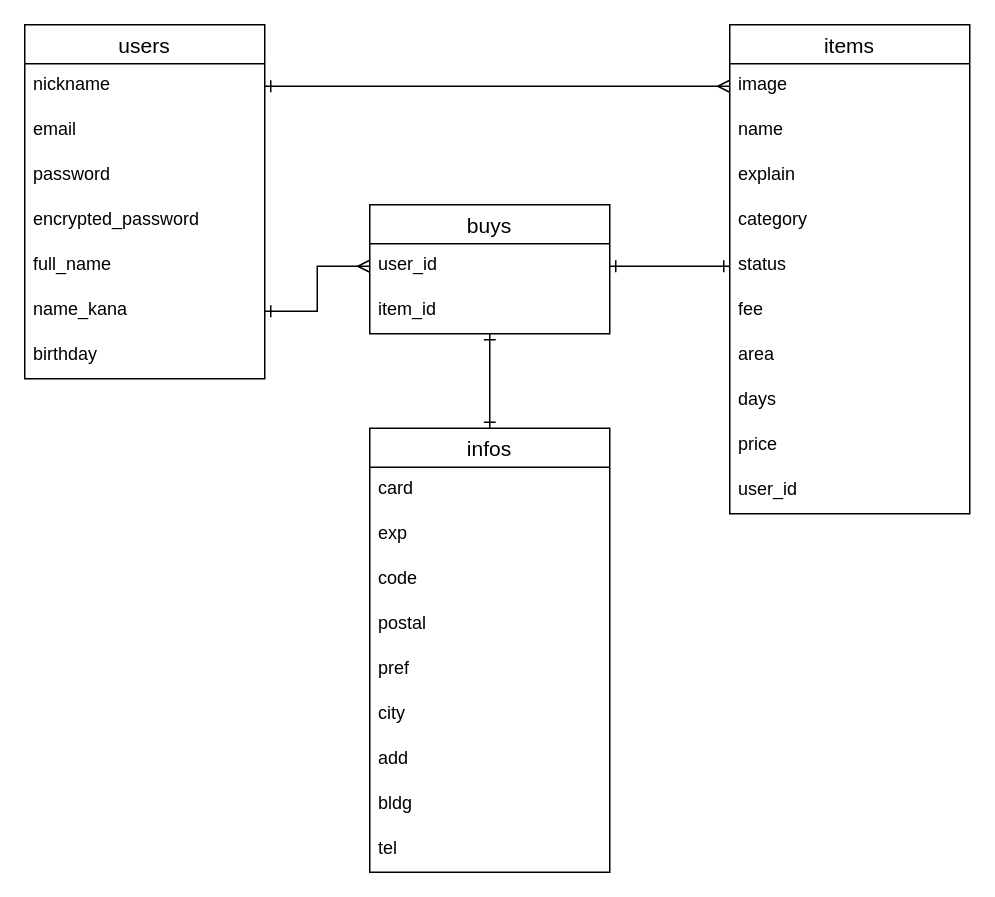
This is table.dio from o281700/furima-32118, a draw.io file, before an edit. Source tidied: cells renumbered, new cells numbered last; positions are measured from the earlier drawing's top-left corner, leaving out a move shared by most shapes. Both pictures are drawn from the tidied source at 150%, with x=0, y=0 at pixel (24, 24).
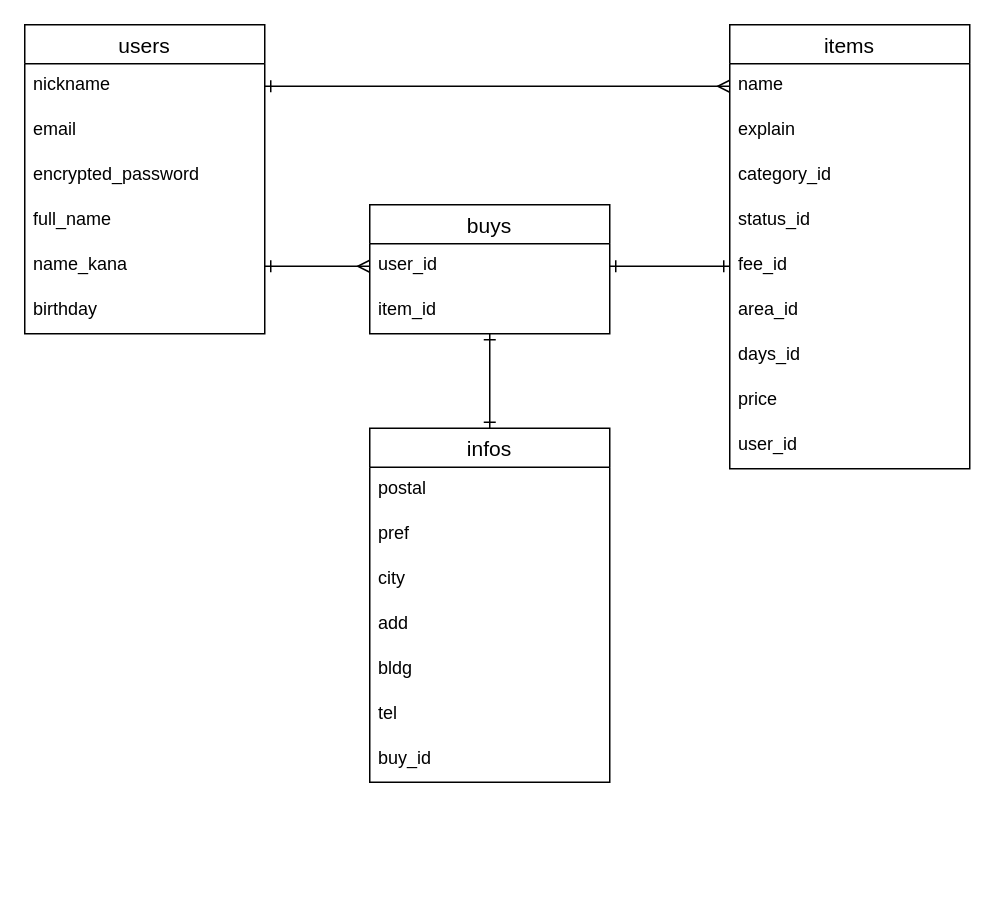
After the change.

Unchanged cells that the change refers to:
```xml
<mxCell id="3" value="nickname" style="text;strokeColor=none;fillColor=none;spacingLeft=4;spacingRight=4;overflow=hidden;points=[[0,0.5],[1,0.5]];portConstraint=eastwest;fontSize=12;" parent="2" vertex="1">
  <mxGeometry y="26" width="160" height="30" as="geometry" />
</mxCell>
<mxCell id="36" value="user_id" style="text;strokeColor=none;fillColor=none;spacingLeft=4;spacingRight=4;overflow=hidden;points=[[0,0.5],[1,0.5]];portConstraint=eastwest;fontSize=12;" parent="35" vertex="1">
  <mxGeometry y="26" width="160" height="30" as="geometry" />
</mxCell>
```

Diff of the diagram source:
```diff
@@
     <mxCell id="2" value="users" style="swimlane;fontStyle=0;horizontal=1;startSize=26;align=center;fontSize=14;" parent="1" vertex="1">
-      <mxGeometry width="160" height="236" as="geometry" />
+      <mxGeometry width="160" height="206" as="geometry" />
     </mxCell>
@@
-    <mxCell id="5" value="password" style="text;strokeColor=none;fillColor=none;spacingLeft=4;spacingRight=4;overflow=hidden;fontSize=12;" parent="2" vertex="1">
-      <mxGeometry y="86" width="160" height="30" as="geometry" />
-    </mxCell>
     <mxCell id="6" value="encrypted_password" style="text;strokeColor=none;fillColor=none;spacingLeft=4;spacingRight=4;overflow=hidden;fontSize=12;" parent="2" vertex="1">
-      <mxGeometry y="116" width="160" height="30" as="geometry" />
+      <mxGeometry y="86" width="160" height="30" as="geometry" />
     </mxCell>
     <mxCell id="7" value="full_name" style="text;strokeColor=none;fillColor=none;spacingLeft=4;spacingRight=4;overflow=hidden;fontSize=12;" parent="2" vertex="1">
-      <mxGeometry y="146" width="160" height="30" as="geometry" />
+      <mxGeometry y="116" width="160" height="30" as="geometry" />
     </mxCell>
     <mxCell id="8" value="name_kana" style="text;strokeColor=none;fillColor=none;spacingLeft=4;spacingRight=4;overflow=hidden;points=[[0,0.5],[1,0.5]];portConstraint=eastwest;fontSize=12;" parent="2" vertex="1">
-      <mxGeometry y="176" width="160" height="30" as="geometry" />
+      <mxGeometry y="146" width="160" height="30" as="geometry" />
     </mxCell>
     <mxCell id="9" value="birthday" style="text;strokeColor=none;fillColor=none;spacingLeft=4;spacingRight=4;overflow=hidden;fontSize=12;" parent="2" vertex="1">
-      <mxGeometry y="206" width="160" height="30" as="geometry" />
+      <mxGeometry y="176" width="160" height="30" as="geometry" />
     </mxCell>
     <mxCell id="10" value="items" style="swimlane;fontStyle=0;horizontal=1;startSize=26;align=center;fontSize=14;" parent="1" vertex="1">
-      <mxGeometry x="470" width="160" height="326" as="geometry" />
+      <mxGeometry x="470" width="160" height="296" as="geometry" />
     </mxCell>
-    <mxCell id="11" value="image" style="text;strokeColor=none;fillColor=none;spacingLeft=4;spacingRight=4;overflow=hidden;points=[[0,0.5],[1,0.5]];portConstraint=eastwest;fontSize=12;" parent="10" vertex="1">
-      <mxGeometry y="26" width="160" height="30" as="geometry" />
-    </mxCell>
     <mxCell id="12" value="name" style="text;strokeColor=none;fillColor=none;spacingLeft=4;spacingRight=4;overflow=hidden;fontSize=12;" parent="10" vertex="1">
-      <mxGeometry y="56" width="160" height="30" as="geometry" />
+      <mxGeometry y="26" width="160" height="30" as="geometry" />
     </mxCell>
     <mxCell id="13" value="explain" style="text;strokeColor=none;fillColor=none;spacingLeft=4;spacingRight=4;overflow=hidden;fontSize=12;" parent="10" vertex="1">
-      <mxGeometry y="86" width="160" height="30" as="geometry" />
+      <mxGeometry y="56" width="160" height="30" as="geometry" />
     </mxCell>
-    <mxCell id="14" value="category" style="text;strokeColor=none;fillColor=none;spacingLeft=4;spacingRight=4;overflow=hidden;fontSize=12;" parent="10" vertex="1">
-      <mxGeometry y="116" width="160" height="30" as="geometry" />
+    <mxCell id="14" value="category_id" style="text;strokeColor=none;fillColor=none;spacingLeft=4;spacingRight=4;overflow=hidden;fontSize=12;" parent="10" vertex="1">
+      <mxGeometry y="86" width="160" height="30" as="geometry" />
     </mxCell>
-    <mxCell id="15" value="status" style="text;strokeColor=none;fillColor=none;spacingLeft=4;spacingRight=4;overflow=hidden;points=[[0,0.5],[1,0.5]];portConstraint=eastwest;fontSize=12;" parent="10" vertex="1">
-      <mxGeometry y="146" width="160" height="30" as="geometry" />
+    <mxCell id="15" value="status_id" style="text;strokeColor=none;fillColor=none;spacingLeft=4;spacingRight=4;overflow=hidden;points=[[0,0.5],[1,0.5]];portConstraint=eastwest;fontSize=12;" parent="10" vertex="1">
+      <mxGeometry y="116" width="160" height="30" as="geometry" />
     </mxCell>
-    <mxCell id="16" value="fee" style="text;strokeColor=none;fillColor=none;spacingLeft=4;spacingRight=4;overflow=hidden;points=[[0,0.5],[1,0.5]];portConstraint=eastwest;fontSize=12;" parent="10" vertex="1">
-      <mxGeometry y="176" width="160" height="30" as="geometry" />
+    <mxCell id="16" value="fee_id" style="text;strokeColor=none;fillColor=none;spacingLeft=4;spacingRight=4;overflow=hidden;points=[[0,0.5],[1,0.5]];portConstraint=eastwest;fontSize=12;" parent="10" vertex="1">
+      <mxGeometry y="146" width="160" height="30" as="geometry" />
     </mxCell>
-    <mxCell id="17" value="area" style="text;strokeColor=none;fillColor=none;spacingLeft=4;spacingRight=4;overflow=hidden;fontSize=12;" parent="10" vertex="1">
-      <mxGeometry y="206" width="160" height="30" as="geometry" />
+    <mxCell id="17" value="area_id" style="text;strokeColor=none;fillColor=none;spacingLeft=4;spacingRight=4;overflow=hidden;fontSize=12;" parent="10" vertex="1">
+      <mxGeometry y="176" width="160" height="30" as="geometry" />
     </mxCell>
-    <mxCell id="18" value="days" style="text;strokeColor=none;fillColor=none;spacingLeft=4;spacingRight=4;overflow=hidden;fontSize=12;" parent="10" vertex="1">
-      <mxGeometry y="236" width="160" height="30" as="geometry" />
+    <mxCell id="18" value="days_id" style="text;strokeColor=none;fillColor=none;spacingLeft=4;spacingRight=4;overflow=hidden;fontSize=12;" parent="10" vertex="1">
+      <mxGeometry y="206" width="160" height="30" as="geometry" />
     </mxCell>
     <mxCell id="19" value="price" style="text;strokeColor=none;fillColor=none;spacingLeft=4;spacingRight=4;overflow=hidden;fontSize=12;" parent="10" vertex="1">
-      <mxGeometry y="266" width="160" height="30" as="geometry" />
+      <mxGeometry y="236" width="160" height="30" as="geometry" />
     </mxCell>
     <mxCell id="20" value="user_id" style="text;strokeColor=none;fillColor=none;spacingLeft=4;spacingRight=4;overflow=hidden;fontSize=12;" parent="10" vertex="1">
-      <mxGeometry y="296" width="160" height="30" as="geometry" />
+      <mxGeometry y="266" width="160" height="30" as="geometry" />
     </mxCell>
@@
     <mxCell id="22" value="infos" style="swimlane;fontStyle=0;horizontal=1;startSize=26;align=center;fontSize=14;" parent="1" vertex="1">
-      <mxGeometry x="230" y="269" width="160" height="296" as="geometry" />
+      <mxGeometry x="230" y="269" width="160" height="236" as="geometry" />
     </mxCell>
-    <mxCell id="23" value="card" style="text;strokeColor=none;fillColor=none;spacingLeft=4;spacingRight=4;overflow=hidden;fontSize=12;" parent="22" vertex="1">
-      <mxGeometry y="26" width="160" height="30" as="geometry" />
-    </mxCell>
-    <mxCell id="24" value="exp" style="text;strokeColor=none;fillColor=none;spacingLeft=4;spacingRight=4;overflow=hidden;fontSize=12;" parent="22" vertex="1">
-      <mxGeometry y="56" width="160" height="30" as="geometry" />
-    </mxCell>
-    <mxCell id="25" value="code" style="text;strokeColor=none;fillColor=none;spacingLeft=4;spacingRight=4;overflow=hidden;fontSize=12;" parent="22" vertex="1">
-      <mxGeometry y="86" width="160" height="30" as="geometry" />
-    </mxCell>
     <mxCell id="26" value="postal" style="text;strokeColor=none;fillColor=none;spacingLeft=4;spacingRight=4;overflow=hidden;fontSize=12;" parent="22" vertex="1">
-      <mxGeometry y="116" width="160" height="30" as="geometry" />
+      <mxGeometry y="26" width="160" height="30" as="geometry" />
     </mxCell>
     <mxCell id="27" value="pref" style="text;strokeColor=none;fillColor=none;spacingLeft=4;spacingRight=4;overflow=hidden;fontSize=12;" parent="22" vertex="1">
-      <mxGeometry y="146" width="160" height="30" as="geometry" />
+      <mxGeometry y="56" width="160" height="30" as="geometry" />
     </mxCell>
     <mxCell id="28" value="city" style="text;strokeColor=none;fillColor=none;spacingLeft=4;spacingRight=4;overflow=hidden;fontSize=12;" parent="22" vertex="1">
-      <mxGeometry y="176" width="160" height="30" as="geometry" />
+      <mxGeometry y="86" width="160" height="30" as="geometry" />
     </mxCell>
     <mxCell id="29" value="add" style="text;strokeColor=none;fillColor=none;spacingLeft=4;spacingRight=4;overflow=hidden;fontSize=12;" parent="22" vertex="1">
-      <mxGeometry y="206" width="160" height="30" as="geometry" />
+      <mxGeometry y="116" width="160" height="30" as="geometry" />
     </mxCell>
     <mxCell id="30" value="bldg" style="text;strokeColor=none;fillColor=none;spacingLeft=4;spacingRight=4;overflow=hidden;fontSize=12;" parent="22" vertex="1">
-      <mxGeometry y="236" width="160" height="30" as="geometry" />
+      <mxGeometry y="146" width="160" height="30" as="geometry" />
     </mxCell>
     <mxCell id="31" value="tel" style="text;strokeColor=none;fillColor=none;spacingLeft=4;spacingRight=4;overflow=hidden;fontSize=12;" parent="22" vertex="1">
-      <mxGeometry y="266" width="160" height="30" as="geometry" />
+      <mxGeometry y="176" width="160" height="30" as="geometry" />
     </mxCell>
+    <mxCell id="38" value="buy_id" style="text;strokeColor=none;fillColor=none;spacingLeft=4;spacingRight=4;overflow=hidden;fontSize=12;" parent="22" vertex="1">
+      <mxGeometry y="206" width="160" height="30" as="geometry" />
+    </mxCell>
-    <mxCell id="32" style="edgeStyle=orthogonalEdgeStyle;rounded=0;jettySize=auto;html=1;exitX=1;exitY=0.5;exitDx=0;exitDy=0;startArrow=ERone;startFill=0;endArrow=ERmany;endFill=0;entryX=0;entryY=0.5;entryDx=0;entryDy=0;" parent="1" edge="1" source="3" target="11">
-      <mxGeometry relative="1" as="geometry" />
+    <mxCell id="32" style="edgeStyle=orthogonalEdgeStyle;rounded=0;jettySize=auto;html=1;exitX=1;exitY=0.5;exitDx=0;exitDy=0;startArrow=ERone;startFill=0;endArrow=ERmany;endFill=0;entryX=0;entryY=0.5;entryDx=0;entryDy=0;" parent="1" edge="1" source="3">
+      <mxGeometry relative="1" as="geometry">
+        <mxPoint x="470" y="41" as="targetPoint" />
+      </mxGeometry>
     </mxCell>
-    <mxCell id="33" style="edgeStyle=orthogonalEdgeStyle;rounded=0;jettySize=auto;html=1;exitX=0;exitY=0.5;exitDx=0;exitDy=0;entryX=1;entryY=0.5;entryDx=0;entryDy=0;startArrow=ERone;startFill=0;endArrow=ERone;endFill=0;" parent="1" edge="1" source="15" target="36">
-      <mxGeometry relative="1" as="geometry">
-        <Array as="points">
-          <mxPoint x="410" y="161" />
-          <mxPoint x="410" y="161" />
-        </Array>
-      </mxGeometry>
+    <mxCell id="33" style="edgeStyle=orthogonalEdgeStyle;rounded=0;jettySize=auto;html=1;entryX=1;entryY=0.5;entryDx=0;entryDy=0;startArrow=ERone;startFill=0;endArrow=ERone;endFill=0;exitX=0;exitY=0.5;exitDx=0;exitDy=0;" parent="1" edge="1" source="16" target="36">
+      <mxGeometry relative="1" as="geometry" />
     </mxCell>
```
